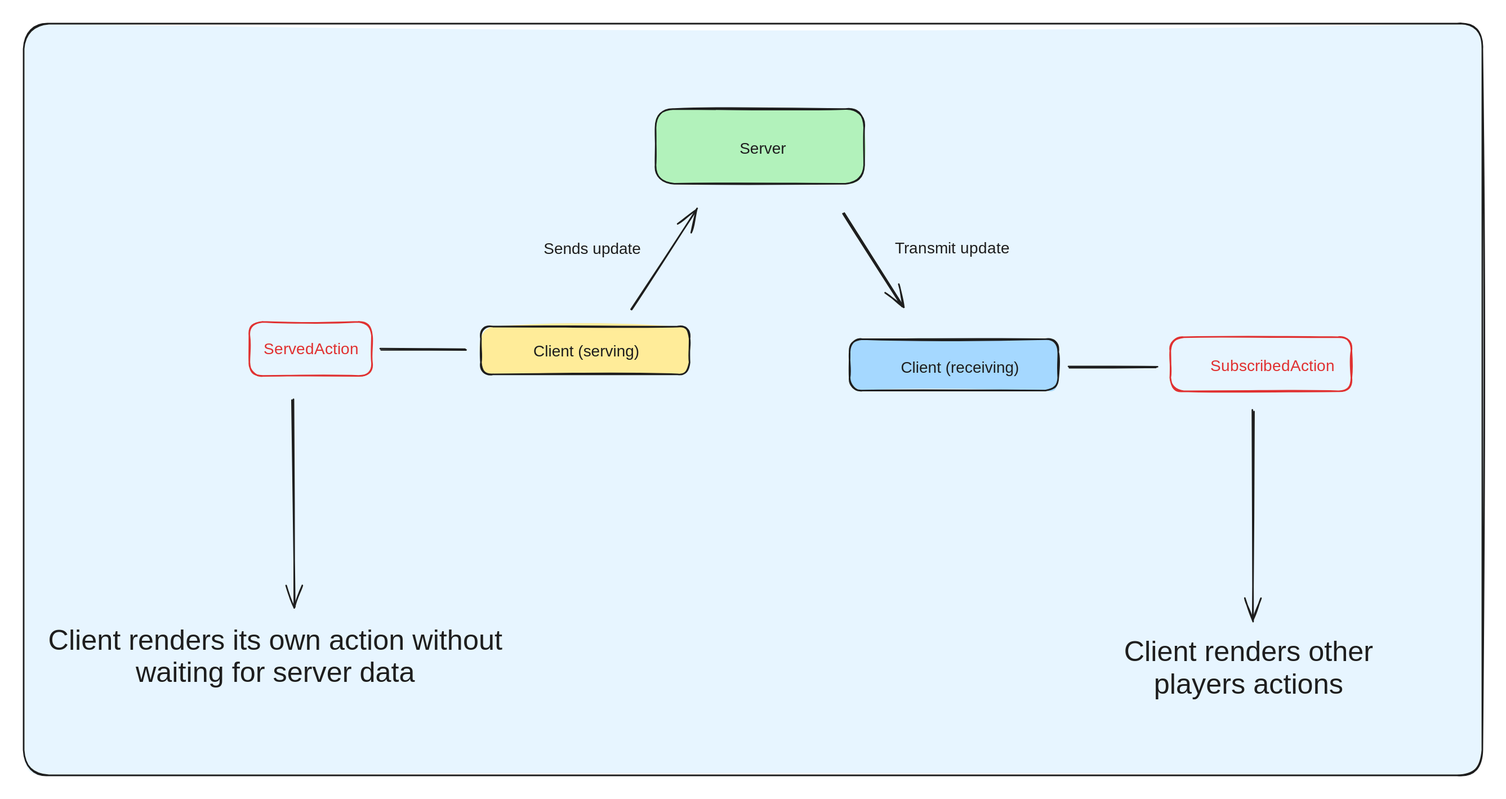
Above: docs/.gitbook/assets/file.excalidraw.svg in ZoyKad/echo (Excalidraw), before the change. Source tidied: one line per element, renumbered; positions are measured from the earlier drawing's top-left corner, leaving out a move shared by most shapes. Its diagram source:
```json
{"id": 0, "type": "rectangle", "strokeColor": "#1e1e1e", "backgroundColor": "#e7f5ff", "fillStyle": "solid", "strokeWidth": 2, "roughness": 1, "round": true, "x": 0, "y": 0, "width": 1850, "height": 954}
{"id": 1, "type": "rectangle", "strokeColor": "#1e1e1e", "backgroundColor": "#ffec99", "fillStyle": "solid", "strokeWidth": 2, "roughness": 1, "round": true, "x": 580, "y": 384, "width": 265, "height": 61}
{"id": 2, "type": "text", "text": "Client (serving)", "strokeColor": "#1e1e1e", "strokeWidth": 2, "roughness": 1, "fontSize": 20, "fontFamily": 2, "textAlign": "center", "x": 646, "y": 404, "width": 134, "height": 23}
{"id": 3, "type": "rectangle", "strokeColor": "#1e1e1e", "backgroundColor": "#a5d8ff", "fillStyle": "solid", "strokeWidth": 2, "roughness": 1, "round": true, "x": 1048, "y": 400, "width": 265, "height": 65}
{"id": 4, "type": "text", "text": "Client (receiving)", "strokeColor": "#1e1e1e", "strokeWidth": 2, "roughness": 1, "fontSize": 20, "fontFamily": 2, "textAlign": "center", "x": 1112, "y": 425, "width": 150, "height": 23}
{"id": 5, "type": "rectangle", "strokeColor": "#1e1e1e", "backgroundColor": "#b2f2bb", "fillStyle": "solid", "strokeWidth": 2, "roughness": 1, "round": true, "x": 801, "y": 108, "width": 265, "height": 95}
{"id": 6, "type": "text", "text": "Server", "strokeColor": "#1e1e1e", "backgroundColor": "#b2f2bb", "fillStyle": "solid", "strokeWidth": 2, "roughness": 1, "fontSize": 20, "fontFamily": 2, "textAlign": "center", "x": 908, "y": 147, "width": 59, "height": 23}
{"id": 7, "type": "arrow", "strokeColor": "#1e1e1e", "backgroundColor": "#b2f2bb", "fillStyle": "solid", "strokeWidth": 2, "roughness": 1, "endArrowhead": "arrow", "round": true, "x": 770, "y": 362, "width": 84, "height": 127, "points": [[0, 0], [84, -127]]}
{"id": 8, "type": "arrow", "strokeColor": "#1e1e1e", "backgroundColor": "#b2f2bb", "fillStyle": "solid", "strokeWidth": 2, "roughness": 1, "endArrowhead": "arrow", "round": true, "x": 1040, "y": 240, "width": 75, "height": 119, "points": [[0, 0], [75, 119]]}
{"id": 9, "type": "line", "strokeColor": "#1e1e1e", "backgroundColor": "#b2f2bb", "fillStyle": "solid", "strokeWidth": 2, "roughness": 1, "round": true, "x": 561, "y": 414, "width": 107, "height": 1, "points": [[0, 0], [-107, -1]]}
{"id": 10, "type": "rectangle", "strokeColor": "#e03131", "strokeWidth": 2, "roughness": 1, "round": true, "x": 286, "y": 378, "width": 155, "height": 69}
{"id": 11, "type": "text", "text": "ServedAction", "strokeColor": "#e03131", "strokeWidth": 2, "roughness": 1, "fontSize": 20, "fontFamily": 3, "textAlign": "center", "x": 294, "y": 401, "width": 141, "height": 24}
{"id": 12, "type": "rectangle", "strokeColor": "#e03131", "strokeWidth": 2, "roughness": 1, "round": true, "x": 1454, "y": 398, "width": 230, "height": 69}
{"id": 13, "type": "text", "text": "SubscribedAction", "strokeColor": "#e03131", "strokeWidth": 2, "roughness": 1, "fontSize": 20, "fontFamily": 3, "textAlign": "center", "x": 1491, "y": 423, "width": 188, "height": 24}
{"id": 14, "type": "line", "strokeColor": "#1e1e1e", "backgroundColor": "#b2f2bb", "fillStyle": "solid", "strokeWidth": 2, "roughness": 1, "round": true, "x": 1436, "y": 436, "width": 109, "height": 0, "points": [[0, 0], [-109, 0]]}
{"id": 15, "type": "text", "text": "Sends update", "strokeColor": "#1e1e1e", "strokeWidth": 2, "roughness": 1, "fontSize": 20, "fontFamily": 2, "textAlign": "center", "x": 659, "y": 275, "width": 123, "height": 23}
{"id": 16, "type": "text", "text": "Transmit update", "strokeColor": "#1e1e1e", "strokeWidth": 2, "roughness": 1, "fontSize": 20, "fontFamily": 1, "textAlign": "center", "x": 1096, "y": 274, "width": 165, "height": 25}
{"id": 17, "type": "arrow", "strokeColor": "#1e1e1e", "strokeWidth": 2, "roughness": 1, "endArrowhead": "arrow", "round": true, "to": 18, "x": 1559, "y": 491, "width": 0, "height": 267, "points": [[0, 0], [0, 267]]}
{"id": 18, "type": "text", "text": "Client renders other\nplayers actions", "strokeColor": "#1e1e1e", "strokeWidth": 2, "roughness": 1, "fontSize": 36, "fontFamily": 2, "textAlign": "center", "x": 1395, "y": 776, "width": 316, "height": 83}
{"id": 19, "type": "arrow", "strokeColor": "#1e1e1e", "strokeWidth": 2, "roughness": 1, "endArrowhead": "arrow", "round": true, "to": 20, "x": 341, "y": 477, "width": 2, "height": 263, "points": [[0, 0], [2, 263]]}
{"id": 20, "type": "text", "text": "Client renders its own action without\nwaiting for server data", "strokeColor": "#1e1e1e", "strokeWidth": 2, "roughness": 1, "fontSize": 36, "fontFamily": 2, "textAlign": "center", "x": 31, "y": 761, "width": 576, "height": 83}
```
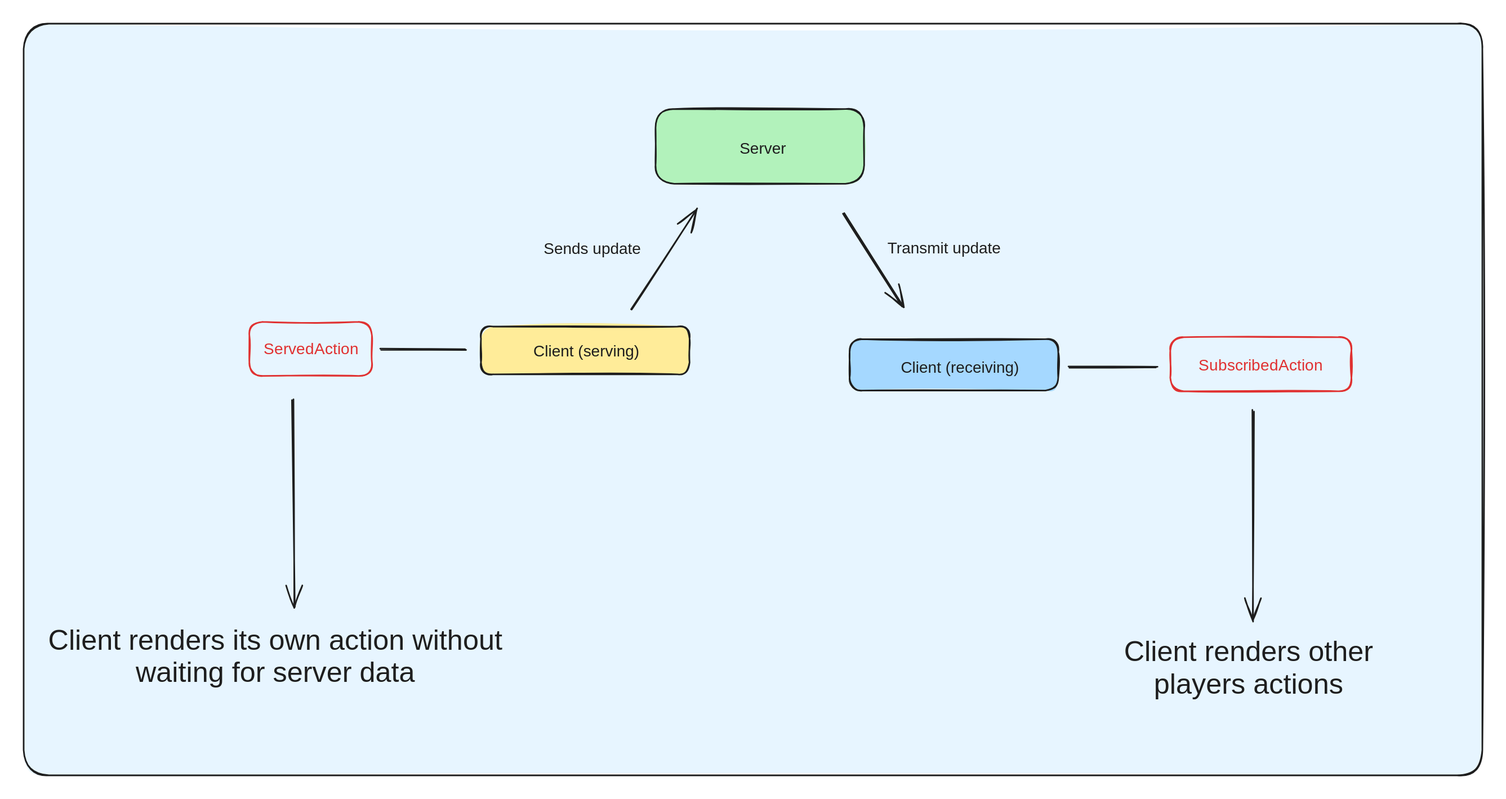
The same file after the commit.

Change to the diagram source:
```diff
@@ -11,10 +11,10 @@
 {"id": 10, "type": "rectangle", "strokeColor": "#e03131", "strokeWidth": 2, "roughness": 1, "round": true, "x": 286, "y": 378, "width": 155, "height": 69}
 {"id": 11, "type": "text", "text": "ServedAction", "strokeColor": "#e03131", "strokeWidth": 2, "roughness": 1, "fontSize": 20, "fontFamily": 3, "textAlign": "center", "x": 294, "y": 401, "width": 141, "height": 24}
 {"id": 12, "type": "rectangle", "strokeColor": "#e03131", "strokeWidth": 2, "roughness": 1, "round": true, "x": 1454, "y": 398, "width": 230, "height": 69}
-{"id": 13, "type": "text", "text": "SubscribedAction", "strokeColor": "#e03131", "strokeWidth": 2, "roughness": 1, "fontSize": 20, "fontFamily": 3, "textAlign": "center", "x": 1491, "y": 423, "width": 188, "height": 24}
+{"id": 13, "type": "text", "text": "SubscribedAction", "strokeColor": "#e03131", "strokeWidth": 2, "roughness": 1, "fontSize": 20, "fontFamily": 3, "textAlign": "center", "x": 1475, "y": 422, "width": 188, "height": 24}
 {"id": 14, "type": "line", "strokeColor": "#1e1e1e", "backgroundColor": "#b2f2bb", "fillStyle": "solid", "strokeWidth": 2, "roughness": 1, "round": true, "x": 1436, "y": 436, "width": 109, "height": 0, "points": [[0, 0], [-109, 0]]}
 {"id": 15, "type": "text", "text": "Sends update", "strokeColor": "#1e1e1e", "strokeWidth": 2, "roughness": 1, "fontSize": 20, "fontFamily": 2, "textAlign": "center", "x": 659, "y": 275, "width": 123, "height": 23}
-{"id": 16, "type": "text", "text": "Transmit update", "strokeColor": "#1e1e1e", "strokeWidth": 2, "roughness": 1, "fontSize": 20, "fontFamily": 1, "textAlign": "center", "x": 1096, "y": 274, "width": 165, "height": 25}
+{"id": 16, "type": "text", "text": "Transmit update", "strokeColor": "#1e1e1e", "strokeWidth": 2, "roughness": 1, "fontSize": 20, "fontFamily": 2, "textAlign": "center", "x": 1096, "y": 274, "width": 144, "height": 23}
 {"id": 17, "type": "arrow", "strokeColor": "#1e1e1e", "strokeWidth": 2, "roughness": 1, "endArrowhead": "arrow", "round": true, "to": 18, "x": 1559, "y": 491, "width": 0, "height": 267, "points": [[0, 0], [0, 267]]}
 {"id": 18, "type": "text", "text": "Client renders other\nplayers actions", "strokeColor": "#1e1e1e", "strokeWidth": 2, "roughness": 1, "fontSize": 36, "fontFamily": 2, "textAlign": "center", "x": 1395, "y": 776, "width": 316, "height": 83}
 {"id": 19, "type": "arrow", "strokeColor": "#1e1e1e", "strokeWidth": 2, "roughness": 1, "endArrowhead": "arrow", "round": true, "to": 20, "x": 341, "y": 477, "width": 2, "height": 263, "points": [[0, 0], [2, 263]]}
```
